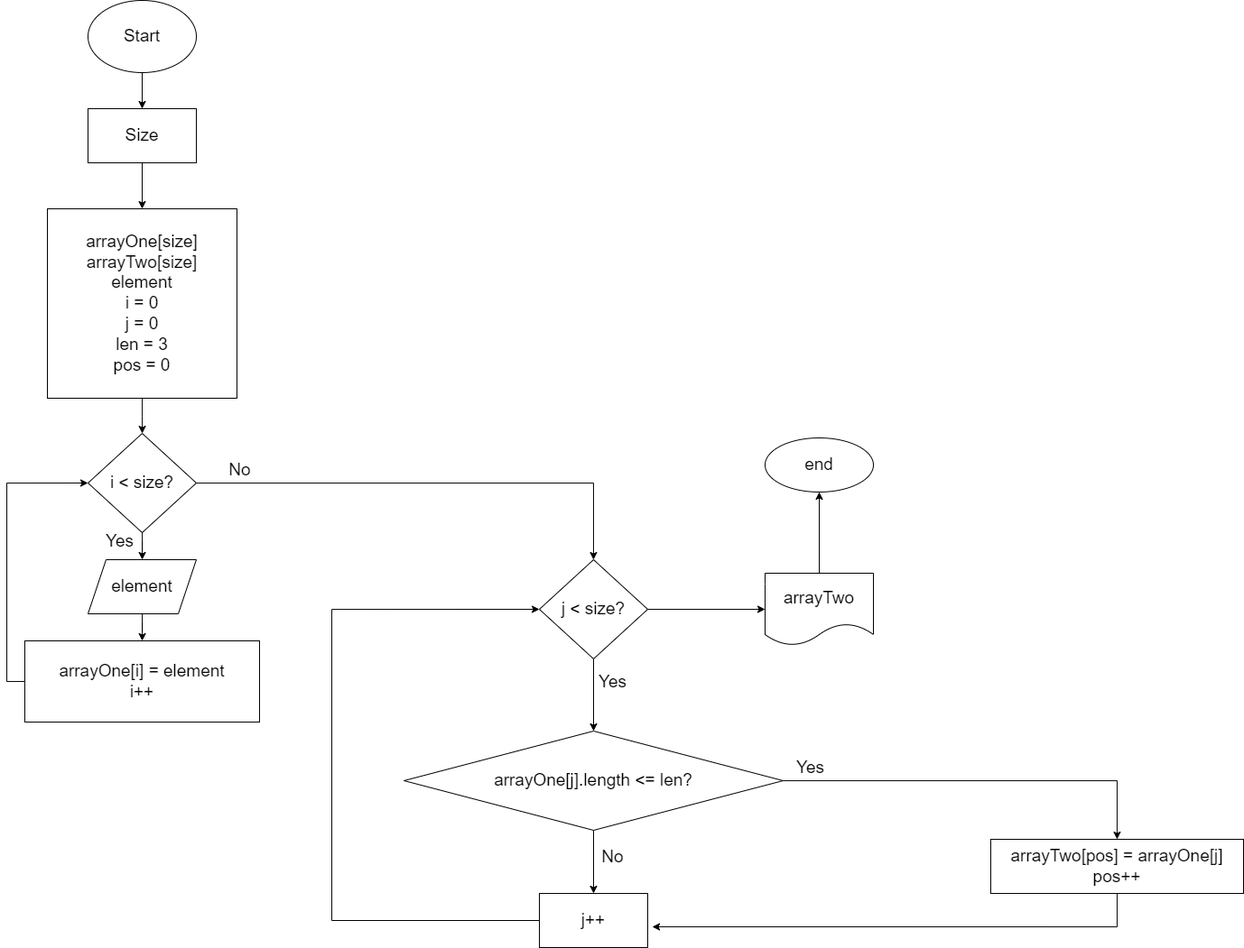
Before: lock_diagram/Диограмма к заданию.png, a diagram exported from draw.io (GorelovED/final_work_on_the_introductory_block). Source tidied: cells renumbered, new cells last; positions are measured from the earlier drawing's top-left corner, leaving out a move shared by most shapes.
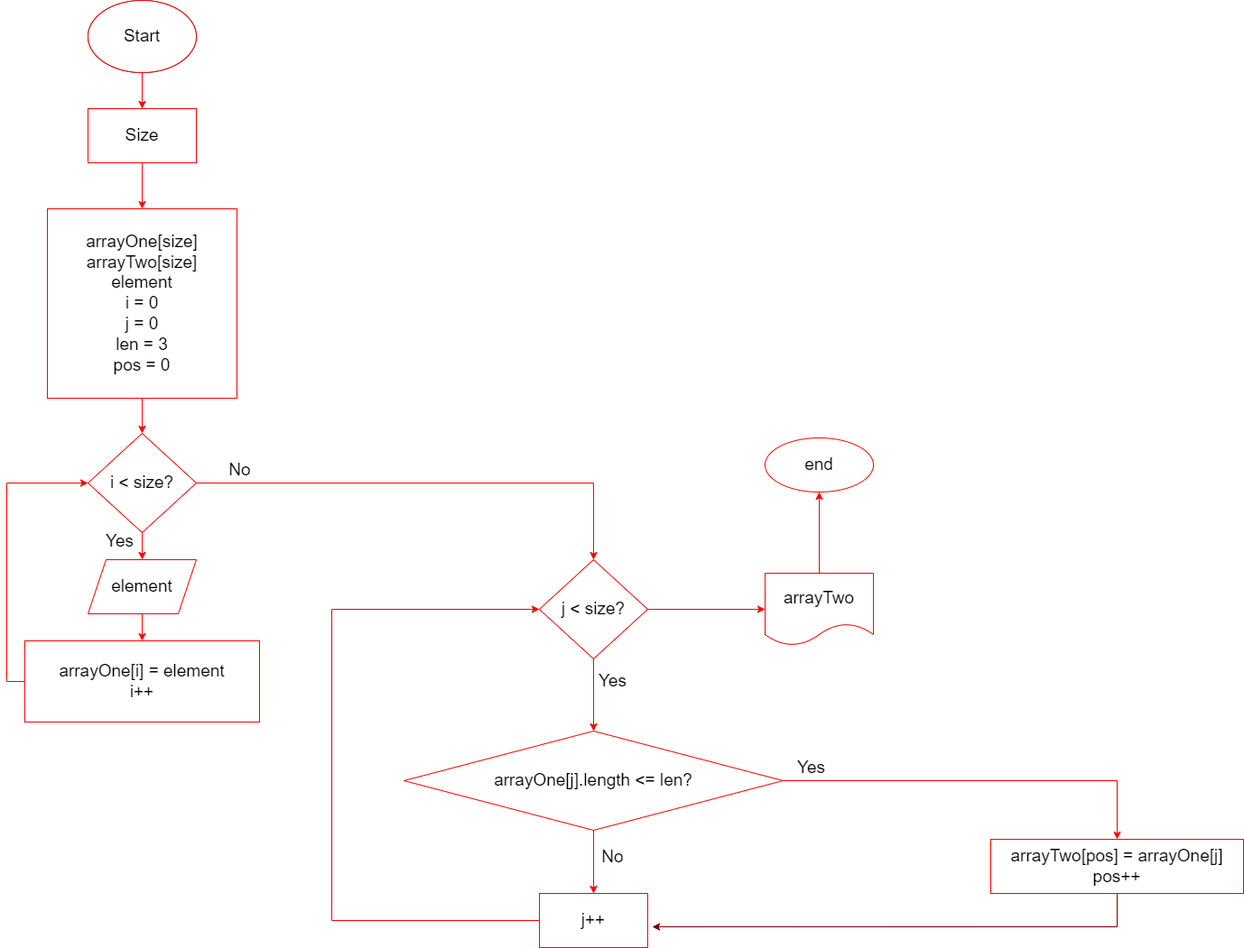
After the change.

Commit message:
Исправление блок-схемы

The edit, as a diff of the source:
```diff
@@ -2,87 +2,96 @@
   <root>
     <mxCell id="0" />
     <mxCell id="1" parent="0" />
-    <mxCell id="2" style="edgeStyle=orthogonalEdgeStyle;rounded=0;jettySize=auto;html=1;entryX=0.5;entryY=0;entryDx=0;entryDy=0;fontSize=19;" parent="1" edge="1" source="3" target="5">
+    <mxCell id="2" style="edgeStyle=orthogonalEdgeStyle;rounded=0;jettySize=auto;html=1;entryX=0.5;entryY=0;entryDx=0;entryDy=0;fontSize=19;strokeColor=#FF0000;labelBorderColor=none;" parent="1" edge="1" source="3" target="5">
       <mxGeometry relative="1" as="geometry" />
     </mxCell>
     <mxCell id="3" value="&lt;font style=&quot;font-size: 19px;&quot;&gt;Start&lt;/font&gt;" style="ellipse;whiteSpace=wrap;html=1;" parent="1" vertex="1">
       <mxGeometry x="70" width="120" height="80" as="geometry" />
     </mxCell>
-    <mxCell id="4" style="edgeStyle=orthogonalEdgeStyle;rounded=0;jettySize=auto;html=1;entryX=0.5;entryY=0;entryDx=0;entryDy=0;fontSize=19;" parent="1" edge="1" source="5" target="7">
+    <mxCell id="4" style="edgeStyle=orthogonalEdgeStyle;rounded=0;jettySize=auto;html=1;entryX=0.5;entryY=0;entryDx=0;entryDy=0;fontSize=19;strokeColor=#FF0000;labelBorderColor=none;" parent="1" edge="1" source="5" target="7">
       <mxGeometry relative="1" as="geometry" />
     </mxCell>
-    <mxCell id="5" value="Size" style="whiteSpace=wrap;html=1;fontSize=19;" parent="1" vertex="1">
+    <mxCell id="5" value="Size" style="whiteSpace=wrap;html=1;fontSize=19;labelBorderColor=none;" parent="1" vertex="1">
       <mxGeometry x="70" y="120" width="120" height="60" as="geometry" />
     </mxCell>
-    <mxCell id="6" style="edgeStyle=orthogonalEdgeStyle;rounded=0;jettySize=auto;html=1;fontSize=19;" parent="1" edge="1" source="7" target="11">
+    <mxCell id="6" style="edgeStyle=orthogonalEdgeStyle;rounded=0;jettySize=auto;html=1;fontSize=19;strokeColor=#FF0000;labelBorderColor=none;" parent="1" edge="1" source="7" target="11">
       <mxGeometry relative="1" as="geometry" />
     </mxCell>
-    <mxCell id="7" value="arrayOne[size]&lt;br&gt;arrayTwo[size]&lt;br&gt;element&lt;br&gt;i = 0&lt;br&gt;j = 0&lt;br&gt;len = 3&lt;br&gt;pos = 0" style="whiteSpace=wrap;html=1;fontSize=19;" parent="1" vertex="1">
+    <mxCell id="7" value="arrayOne[size]&lt;br&gt;arrayTwo[size]&lt;br&gt;element&lt;br&gt;i = 0&lt;br&gt;j = 0&lt;br&gt;len = 3&lt;br&gt;pos = 0" style="whiteSpace=wrap;html=1;fontSize=19;labelBorderColor=none;strokeColor=#FF0000;" parent="1" vertex="1">
       <mxGeometry x="25" y="231" width="210" height="210" as="geometry" />
     </mxCell>
-    <mxCell id="8" style="edgeStyle=orthogonalEdgeStyle;rounded=0;jettySize=auto;html=1;fontSize=19;" parent="1" edge="1" source="11" target="13">
+    <mxCell id="8" style="edgeStyle=orthogonalEdgeStyle;rounded=0;jettySize=auto;html=1;fontSize=19;strokeColor=#FF0000;labelBorderColor=none;" parent="1" edge="1" source="11" target="13">
       <mxGeometry relative="1" as="geometry" />
     </mxCell>
-    <mxCell id="9" style="edgeStyle=orthogonalEdgeStyle;rounded=0;jettySize=auto;html=1;fontSize=19;" parent="1" edge="1" source="11" target="20">
+    <mxCell id="9" style="edgeStyle=orthogonalEdgeStyle;rounded=0;jettySize=auto;html=1;fontSize=19;fillColor=#f8cecc;strokeColor=#FF0000;labelBorderColor=none;" parent="1" edge="1" source="11" target="20">
       <mxGeometry relative="1" as="geometry" />
     </mxCell>
-    <mxCell id="10" value="No" style="edgeLabel;html=1;align=center;verticalAlign=middle;fontSize=19;" parent="9" vertex="1">
+    <mxCell id="10" value="No" style="edgeLabel;html=1;align=center;verticalAlign=middle;fontSize=19;labelBorderColor=none;" parent="9" vertex="1">
       <mxGeometry x="-0.82" y="2" relative="1" as="geometry">
         <mxPoint y="-13" as="offset" />
       </mxGeometry>
     </mxCell>
-    <mxCell id="11" value="i &amp;lt; size?" style="rhombus;whiteSpace=wrap;html=1;fontSize=19;" parent="1" vertex="1">
+    <mxCell id="11" value="i &amp;lt; size?" style="rhombus;whiteSpace=wrap;html=1;fontSize=19;labelBorderColor=none;strokeColor=#FF0000;" parent="1" vertex="1">
       <mxGeometry x="70" y="480" width="120" height="110" as="geometry" />
     </mxCell>
-    <mxCell id="12" style="edgeStyle=orthogonalEdgeStyle;rounded=0;jettySize=auto;html=1;fontSize=19;" parent="1" edge="1" source="13" target="15">
+    <mxCell id="12" style="edgeStyle=orthogonalEdgeStyle;rounded=0;jettySize=auto;html=1;fontSize=19;strokeColor=#FF0000;labelBorderColor=none;" parent="1" edge="1" source="13" target="15">
       <mxGeometry relative="1" as="geometry" />
     </mxCell>
-    <mxCell id="13" value="element" style="shape=parallelogram;perimeter=parallelogramPerimeter;whiteSpace=wrap;html=1;fixedSize=1;fontSize=19;" parent="1" vertex="1">
+    <mxCell id="13" value="element" style="shape=parallelogram;perimeter=parallelogramPerimeter;whiteSpace=wrap;html=1;fixedSize=1;fontSize=19;labelBorderColor=none;strokeColor=#FF0000;" parent="1" vertex="1">
       <mxGeometry x="70" y="620" width="120" height="60" as="geometry" />
     </mxCell>
-    <mxCell id="14" style="edgeStyle=orthogonalEdgeStyle;rounded=0;jettySize=auto;html=1;exitX=0;exitY=0.5;exitDx=0;exitDy=0;entryX=0;entryY=0.5;entryDx=0;entryDy=0;fontSize=19;" parent="1" edge="1" source="15" target="11">
+    <mxCell id="14" style="edgeStyle=orthogonalEdgeStyle;rounded=0;jettySize=auto;html=1;exitX=0;exitY=0.5;exitDx=0;exitDy=0;entryX=0;entryY=0.5;entryDx=0;entryDy=0;fontSize=19;strokeColor=#FF0000;" parent="1" edge="1" source="15" target="11">
       <mxGeometry relative="1" as="geometry" />
     </mxCell>
-    <mxCell id="15" value="arrayOne[i] = element&lt;br&gt;i++" style="whiteSpace=wrap;html=1;fontSize=19;" parent="1" vertex="1">
+    <mxCell id="15" value="arrayOne[i] = element&lt;br&gt;i++" style="whiteSpace=wrap;html=1;fontSize=19;labelBorderColor=none;strokeColor=#FF0000;" parent="1" vertex="1">
       <mxGeometry y="710" width="260" height="90" as="geometry" />
     </mxCell>
-    <mxCell id="16" value="Yes" style="text;html=1;align=center;verticalAlign=middle;strokeColor=none;fillColor=none;fontSize=19;" parent="1" vertex="1">
+    <mxCell id="16" value="&lt;span style=&quot;background-color: rgb(255, 255, 255);&quot;&gt;Yes&lt;/span&gt;" style="text;html=1;align=center;verticalAlign=middle;strokeColor=none;fillColor=none;fontSize=19;labelBorderColor=none;" parent="1" vertex="1">
       <mxGeometry x="80" y="580" width="50" height="40" as="geometry" />
     </mxCell>
-    <mxCell id="17" style="edgeStyle=orthogonalEdgeStyle;rounded=0;jettySize=auto;html=1;fontSize=19;" parent="1" edge="1" source="20" target="25">
+    <mxCell id="17" style="edgeStyle=orthogonalEdgeStyle;rounded=0;jettySize=auto;html=1;fontSize=19;strokeColor=#FF0000;labelBorderColor=none;" parent="1" edge="1" source="20" target="25">
       <mxGeometry relative="1" as="geometry" />
     </mxCell>
-    <mxCell id="18" value="Yes" style="edgeLabel;html=1;align=center;verticalAlign=middle;fontSize=19;" parent="17" vertex="1">
+    <mxCell id="18" value="Yes" style="edgeLabel;html=1;align=center;verticalAlign=middle;fontSize=19;labelBorderColor=none;" parent="17" vertex="1">
       <mxGeometry x="0.25" y="-1" relative="1" as="geometry">
         <mxPoint x="21" y="-25" as="offset" />
       </mxGeometry>
     </mxCell>
+    <mxCell id="33" value="Yes" style="edgeLabel;html=1;align=center;verticalAlign=middle;fontSize=19;labelBorderColor=none;" parent="17" vertex="1">
+      <mxGeometry x="0.25" y="-1" relative="1" as="geometry">
+        <mxPoint x="21" y="-26" as="offset" />
+      </mxGeometry>
+    </mxCell>
-    <mxCell id="19" style="edgeStyle=orthogonalEdgeStyle;rounded=0;jettySize=auto;html=1;exitX=1;exitY=0.5;exitDx=0;exitDy=0;entryX=0;entryY=0.5;entryDx=0;entryDy=0;fontSize=19;" parent="1" edge="1" source="20" target="31">
+    <mxCell id="19" style="edgeStyle=orthogonalEdgeStyle;rounded=0;jettySize=auto;html=1;exitX=1;exitY=0.5;exitDx=0;exitDy=0;entryX=0;entryY=0.5;entryDx=0;entryDy=0;fontSize=19;strokeColor=#FF0000;labelBorderColor=none;" parent="1" edge="1" source="20" target="31">
       <mxGeometry relative="1" as="geometry" />
     </mxCell>
-    <mxCell id="20" value="j &amp;lt; size?" style="rhombus;whiteSpace=wrap;html=1;fontSize=19;" parent="1" vertex="1">
+    <mxCell id="20" value="j &amp;lt; size?" style="rhombus;whiteSpace=wrap;html=1;fontSize=19;labelBorderColor=none;strokeColor=#FF0000;" parent="1" vertex="1">
       <mxGeometry x="570" y="620" width="120" height="110" as="geometry" />
     </mxCell>
-    <mxCell id="21" style="edgeStyle=orthogonalEdgeStyle;rounded=0;jettySize=auto;html=1;fontSize=19;" parent="1" edge="1" source="25" target="27">
+    <mxCell id="21" style="edgeStyle=orthogonalEdgeStyle;rounded=0;jettySize=auto;html=1;fontSize=19;strokeColor=#FF0000;labelBorderColor=none;" parent="1" edge="1" source="25" target="27">
       <mxGeometry relative="1" as="geometry" />
     </mxCell>
-    <mxCell id="22" value="No" style="edgeLabel;html=1;align=center;verticalAlign=middle;fontSize=19;" parent="21" vertex="1">
+    <mxCell id="22" value="No" style="edgeLabel;html=1;align=center;verticalAlign=middle;fontSize=19;labelBorderColor=none;" parent="21" vertex="1">
       <mxGeometry x="-0.29" y="3" relative="1" as="geometry">
         <mxPoint x="17" y="5" as="offset" />
       </mxGeometry>
     </mxCell>
-    <mxCell id="23" style="edgeStyle=orthogonalEdgeStyle;rounded=0;jettySize=auto;html=1;fontSize=19;" parent="1" edge="1" source="25" target="29">
-      <mxGeometry relative="1" as="geometry" />
+    <mxCell id="23" style="edgeStyle=orthogonalEdgeStyle;rounded=0;jettySize=auto;html=1;fontSize=19;labelBorderColor=none;fillColor=#e51400;strokeColor=#FF0000;" parent="1" edge="1" source="25" target="29">
+      <mxGeometry relative="1" as="geometry">
+        <Array as="points">
+          <mxPoint x="1210" y="865" />
+        </Array>
+      </mxGeometry>
     </mxCell>
-    <mxCell id="24" value="Yes" style="edgeLabel;html=1;align=center;verticalAlign=middle;fontSize=19;" parent="23" vertex="1">
+    <mxCell id="24" value="Yes" style="edgeLabel;html=1;align=center;verticalAlign=middle;fontSize=19;labelBorderColor=none;" parent="23" vertex="1">
       <mxGeometry x="-0.84" y="-4" relative="1" as="geometry">
         <mxPoint x="-4" y="-19" as="offset" />
       </mxGeometry>
     </mxCell>
-    <mxCell id="25" value="arrayOne[j].length &amp;lt;= len?" style="rhombus;whiteSpace=wrap;html=1;fontSize=19;" parent="1" vertex="1">
+    <mxCell id="25" value="arrayOne[j].length &amp;lt;= len?" style="rhombus;whiteSpace=wrap;html=1;fontSize=19;labelBorderColor=none;strokeColor=#FF0000;" parent="1" vertex="1">
       <mxGeometry x="420" y="810" width="420" height="110" as="geometry" />
     </mxCell>
-    <mxCell id="26" style="edgeStyle=orthogonalEdgeStyle;rounded=0;jettySize=auto;html=1;fontSize=19;entryX=0;entryY=0.5;entryDx=0;entryDy=0;" parent="1" edge="1" source="27" target="20">
+    <mxCell id="26" style="edgeStyle=orthogonalEdgeStyle;rounded=0;jettySize=auto;html=1;fontSize=19;entryX=0;entryY=0.5;entryDx=0;entryDy=0;strokeColor=#FF0000;labelBorderColor=none;" parent="1" edge="1" source="27" target="20">
       <mxGeometry relative="1" as="geometry">
         <Array as="points">
           <mxPoint x="340" y="1020" />
@@ -90,27 +99,33 @@
         </Array>
       </mxGeometry>
     </mxCell>
-    <mxCell id="27" value="j++" style="whiteSpace=wrap;html=1;fontSize=19;" parent="1" vertex="1">
+    <mxCell id="27" value="j++" style="whiteSpace=wrap;html=1;fontSize=19;labelBorderColor=none;strokeColor=#FF0000;" parent="1" vertex="1">
       <mxGeometry x="570" y="990" width="120" height="60" as="geometry" />
     </mxCell>
-    <mxCell id="28" style="edgeStyle=orthogonalEdgeStyle;rounded=0;jettySize=auto;html=1;entryX=1.042;entryY=0.617;entryDx=0;entryDy=0;entryPerimeter=0;fontSize=19;" parent="1" edge="1" source="29" target="27">
+    <mxCell id="28" style="edgeStyle=orthogonalEdgeStyle;rounded=0;jettySize=auto;html=1;entryX=1.042;entryY=0.617;entryDx=0;entryDy=0;entryPerimeter=0;fontSize=19;strokeColor=#6F0000;labelBorderColor=none;fillColor=#a20025;" parent="1" edge="1" source="29" target="27">
       <mxGeometry relative="1" as="geometry">
         <Array as="points">
           <mxPoint x="1210" y="1027" />
         </Array>
       </mxGeometry>
     </mxCell>
-    <mxCell id="29" value="arrayTwo[pos] = arrayOne[j]&lt;br&gt;pos++" style="whiteSpace=wrap;html=1;fontSize=19;" parent="1" vertex="1">
+    <mxCell id="29" value="arrayTwo[pos] = arrayOne[j]&lt;br&gt;pos++" style="whiteSpace=wrap;html=1;fontSize=19;labelBorderColor=none;fillColor=#FFFFFF;strokeColor=#FF0000;" parent="1" vertex="1">
       <mxGeometry x="1070" y="930" width="280" height="60" as="geometry" />
     </mxCell>
-    <mxCell id="30" style="edgeStyle=orthogonalEdgeStyle;rounded=0;jettySize=auto;html=1;fontSize=19;" parent="1" edge="1" source="31" target="32">
+    <mxCell id="30" style="edgeStyle=orthogonalEdgeStyle;rounded=0;jettySize=auto;html=1;fontSize=19;labelBorderColor=none;strokeColor=#FF0000;" parent="1" edge="1" source="31" target="32">
       <mxGeometry relative="1" as="geometry" />
     </mxCell>
-    <mxCell id="31" value="arrayTwo" style="shape=document;whiteSpace=wrap;html=1;boundedLbl=1;fontSize=19;" parent="1" vertex="1">
+    <mxCell id="31" value="arrayTwo" style="shape=document;whiteSpace=wrap;html=1;boundedLbl=1;fontSize=19;labelBorderColor=none;strokeColor=#FF0000;" parent="1" vertex="1">
       <mxGeometry x="820" y="635" width="120" height="80" as="geometry" />
     </mxCell>
-    <mxCell id="32" value="end" style="ellipse;whiteSpace=wrap;html=1;fontSize=19;" parent="1" vertex="1">
+    <mxCell id="32" value="end" style="ellipse;whiteSpace=wrap;html=1;fontSize=19;labelBorderColor=none;strokeColor=#FF0000;" parent="1" vertex="1">
       <mxGeometry x="820" y="485" width="120" height="60" as="geometry" />
     </mxCell>
+    <mxCell id="34" value="&lt;font style=&quot;font-size: 19px;&quot;&gt;Start&lt;/font&gt;" style="ellipse;whiteSpace=wrap;html=1;strokeColor=#FF0000;" parent="1" vertex="1">
+      <mxGeometry x="70" width="120" height="80" as="geometry" />
+    </mxCell>
+    <mxCell id="35" value="Size" style="whiteSpace=wrap;html=1;fontSize=19;labelBorderColor=none;strokeColor=#FF0000;" parent="1" vertex="1">
+      <mxGeometry x="70" y="120" width="120" height="60" as="geometry" />
+    </mxCell>
   </root>
 </mxGraphModel>
```
